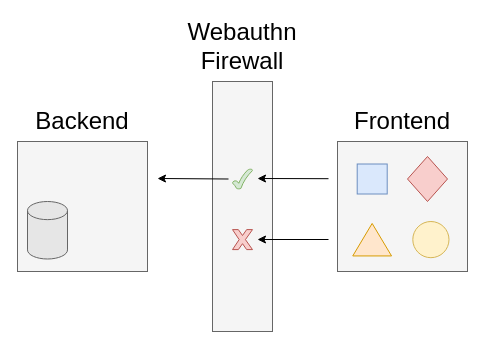
DamianB-BitFlipper/MEng-Thesis keeps this draw.io diagram as images/firewall.drawio. Above is the earlier version. Source tidied: cells renumbered, new cells numbered last; positions are measured from the earlier drawing's top-left corner, leaving out a move shared by most shapes. Both pictures are drawn from the tidied source at 100%, with x=0, y=0 at pixel (17, 31).
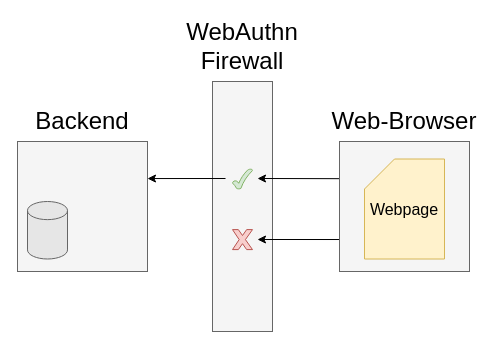
The same diagram, later.

Unchanged cells that the change refers to:
```xml
<mxCell id="8" style="rounded=0;whiteSpace=wrap;html=1;fillColor=#f5f5f5;strokeColor=#666666;fontColor=#333333;" parent="1" vertex="1">
  <mxGeometry x="195" y="50" width="60" height="250" as="geometry" />
</mxCell>
<mxCell id="10" style="rounded=0;whiteSpace=wrap;html=1;fillColor=#f5f5f5;strokeColor=#666666;fontColor=#333333;" parent="1" vertex="1">
  <mxGeometry y="110" width="130" height="130" as="geometry" />
</mxCell>
```

Diff of the diagram source:
```diff
@@
-    <mxCell id="2" style="rounded=0;whiteSpace=wrap;html=1;fillColor=#f5f5f5;strokeColor=#666666;fontColor=#333333;" parent="1" vertex="1">
-      <mxGeometry x="320" y="110" width="130" height="130" as="geometry" />
-    </mxCell>
-    <mxCell id="3" value="&lt;font style=&quot;font-size: 24px&quot;&gt;Frontend&lt;/font&gt;" style="text;html=1;strokeColor=none;fillColor=none;align=center;verticalAlign=middle;whiteSpace=wrap;rounded=0;" parent="1" vertex="1">
-      <mxGeometry x="320" y="80" width="130" height="20" as="geometry" />
-    </mxCell>
-    <mxCell id="4" style="rhombus;whiteSpace=wrap;html=1;fillColor=#f8cecc;strokeColor=#b85450;" parent="1" vertex="1">
-      <mxGeometry x="390" y="125" width="40" height="45" as="geometry" />
-    </mxCell>
-    <mxCell id="5" style="rounded=0;whiteSpace=wrap;html=1;fillColor=#dae8fc;strokeColor=#6c8ebf;" parent="1" vertex="1">
-      <mxGeometry x="339.7" y="132.5" width="30" height="30" as="geometry" />
-    </mxCell>
-    <mxCell id="6" style="triangle;whiteSpace=wrap;html=1;rotation=-90;fillColor=#ffe6cc;strokeColor=#d79b00;" parent="1" vertex="1">
-      <mxGeometry x="338.4" y="188.8" width="32.5" height="38.8" as="geometry" />
-    </mxCell>
-    <mxCell id="7" style="ellipse;whiteSpace=wrap;html=1;fillColor=#fff2cc;strokeColor=#d6b656;" parent="1" vertex="1">
-      <mxGeometry x="395.3" y="190" width="36.2" height="36.2" as="geometry" />
-    </mxCell>
@@
-    <mxCell id="9" value="&lt;font style=&quot;font-size: 24px&quot;&gt;Webauthn&lt;br&gt;Firewall&lt;/font&gt;" style="text;html=1;strokeColor=none;fillColor=none;align=center;verticalAlign=middle;whiteSpace=wrap;rounded=0;" parent="1" vertex="1">
+    <mxCell id="9" value="&lt;font style=&quot;font-size: 24px&quot;&gt;WebAuthn&lt;br&gt;Firewall&lt;/font&gt;" style="text;html=1;strokeColor=none;fillColor=none;align=center;verticalAlign=middle;whiteSpace=wrap;rounded=0;" parent="1" vertex="1">
       <mxGeometry x="160" width="130" height="30" as="geometry" />
     </mxCell>
@@
-    <mxCell id="13" style="endArrow=classic;html=1;" parent="1" edge="1">
+    <mxCell id="13" style="endArrow=classic;html=1;exitX=0.001;exitY=0.754;exitDx=0;exitDy=0;exitPerimeter=0;" parent="1" edge="1" source="18">
       <mxGeometry relative="1" as="geometry">
-        <mxPoint x="311" y="208" as="sourcePoint" />
         <mxPoint x="240" y="208" as="targetPoint" />
       </mxGeometry>
     </mxCell>
-    <mxCell id="14" style="endArrow=classic;html=1;" parent="1" edge="1">
-      <mxGeometry relative="1" as="geometry">
-        <mxPoint x="211" y="147.5" as="sourcePoint" />
-        <mxPoint x="140" y="147" as="targetPoint" />
-      </mxGeometry>
+    <mxCell id="14" style="endArrow=classic;html=1;entryX=1;entryY=0.285;entryDx=0;entryDy=0;entryPerimeter=0;exitX=0.217;exitY=0.388;exitDx=0;exitDy=0;exitPerimeter=0;" parent="1" edge="1" source="8" target="10">
+      <mxGeometry relative="1" as="geometry" />
     </mxCell>
-    <mxCell id="15" style="endArrow=classic;html=1;" parent="1" edge="1">
+    <mxCell id="15" style="endArrow=classic;html=1;exitX=-0.001;exitY=0.286;exitDx=0;exitDy=0;exitPerimeter=0;" parent="1" edge="1" source="18">
       <mxGeometry relative="1" as="geometry">
-        <mxPoint x="311" y="147.2" as="sourcePoint" />
         <mxPoint x="240" y="147" as="targetPoint" />
       </mxGeometry>
     </mxCell>
@@
+    <mxCell id="18" style="rounded=0;whiteSpace=wrap;html=1;fillColor=#f5f5f5;strokeColor=#666666;fontColor=#333333;" parent="1" vertex="1">
+      <mxGeometry x="322" y="110" width="130" height="130" as="geometry" />
+    </mxCell>
+    <mxCell id="19" value="&lt;font style=&quot;font-size: 24px&quot;&gt;Web-Browser&lt;/font&gt;" style="text;html=1;strokeColor=none;fillColor=none;align=center;verticalAlign=middle;whiteSpace=wrap;rounded=0;" parent="1" vertex="1">
+      <mxGeometry x="312" y="80" width="150" height="20" as="geometry" />
+    </mxCell>
+    <mxCell id="20" value="&lt;font style=&quot;font-size: 16px&quot;&gt;Webpage&lt;/font&gt;" style="shape=card;whiteSpace=wrap;html=1;fillColor=#fff2cc;strokeColor=#d6b656;" parent="1" vertex="1">
+      <mxGeometry x="347" y="127.5" width="80" height="100" as="geometry" />
+    </mxCell>
```
